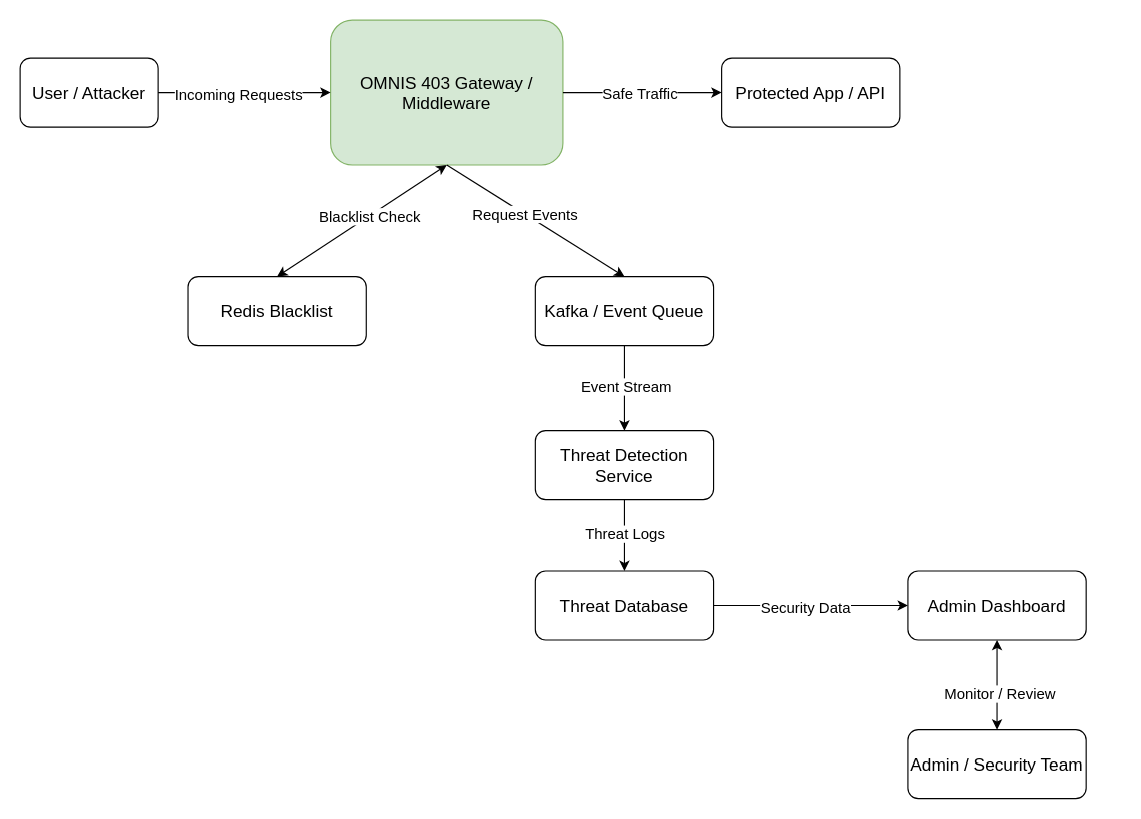
Before: page "OMNIS 403 – System Architecture Diagram" (3 of 4) of System architecture/Diagram.drawio in Cynor2020/Omnis403, a draw.io diagram. Source tidied: cells renumbered, new cells numbered last; positions are measured from the earlier drawing's top-left corner, leaving out a move shared by most shapes. Both pictures are drawn from the tidied source at 115%, with x=0, y=0 at pixel (20, 20).
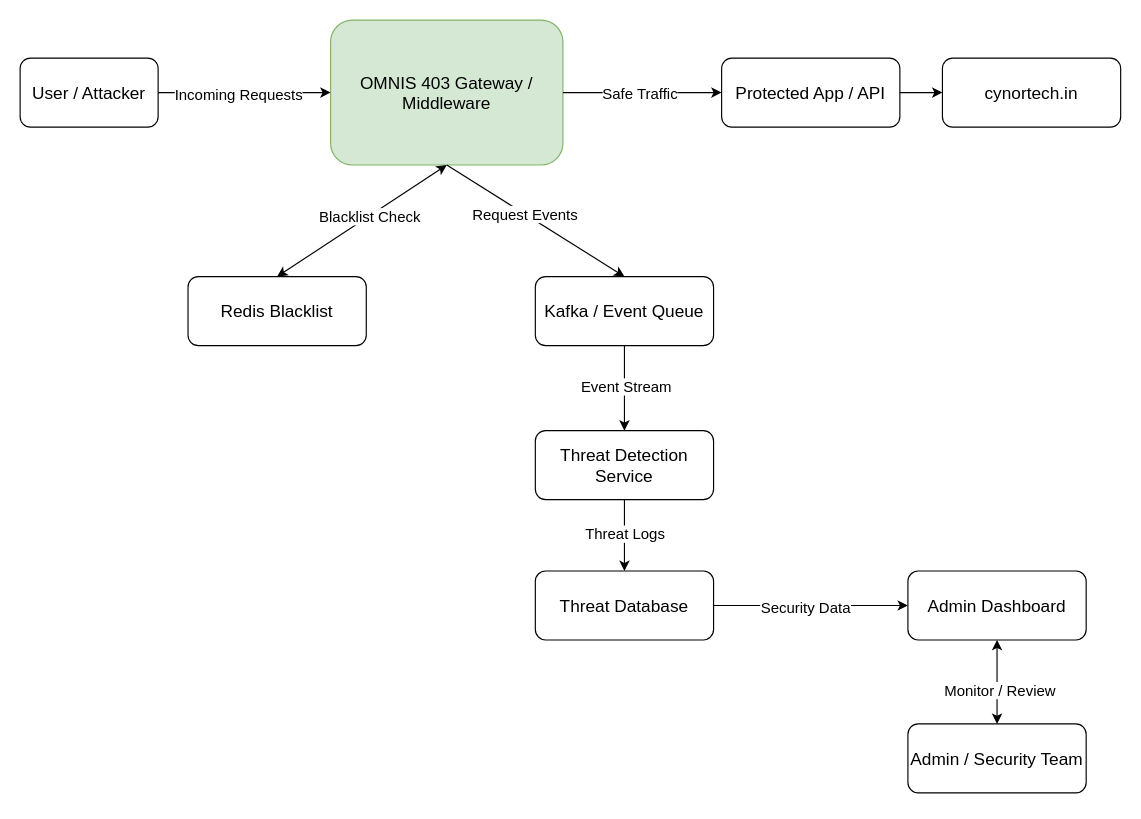
Above is the later version.

The change refers to these unchanged cells:
```xml
<mxCell id="4" value="&lt;font style=&quot;font-size: 15px;&quot;&gt;Protected App / API&lt;/font&gt;" style="rounded=1;whiteSpace=wrap;html=1;" parent="1" vertex="1">
  <mxGeometry x="610" y="33" width="155" height="60" as="geometry" />
</mxCell>
```

The edit, as a diff of the source:
```diff
@@
     <mxCell id="20" value="&lt;font style=&quot;font-size: 15px;&quot;&gt; Admin / Security Team&lt;/font&gt;" style="rounded=1;whiteSpace=wrap;html=1;" parent="1" vertex="1">
-      <mxGeometry x="772" y="617" width="155" height="60" as="geometry" />
+      <mxGeometry x="772" y="612" width="155" height="60" as="geometry" />
     </mxCell>
@@
+    <mxCell id="27" value="&lt;font style=&quot;font-size: 15px;&quot;&gt;cynortech.in&lt;/font&gt;" style="rounded=1;whiteSpace=wrap;html=1;" parent="1" vertex="1">
+      <mxGeometry x="802" y="33" width="155" height="60" as="geometry" />
+    </mxCell>
+    <mxCell id="28" style="endArrow=classic;html=1;rounded=0;entryX=0;entryY=0.5;entryDx=0;entryDy=0;exitX=1;exitY=0.5;exitDx=0;exitDy=0;" parent="1" edge="1" source="4" target="27">
+      <mxGeometry relative="1" as="geometry" />
+    </mxCell>
```
